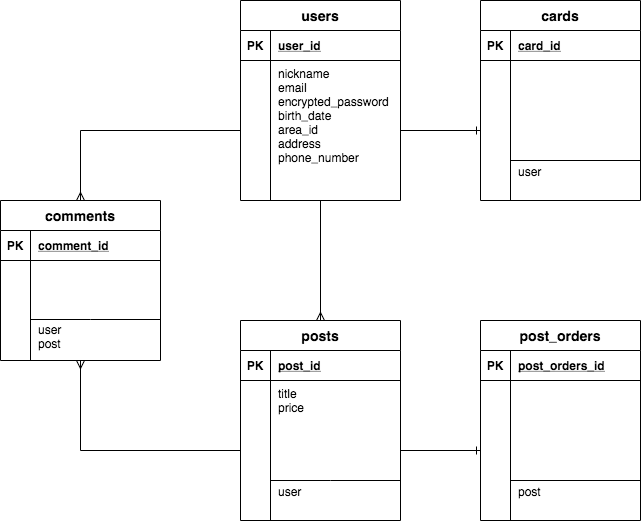
Earlier version of the draw.io export .drawio.png (maxtanabe/suketto). Source tidied: cells renumbered, new cells last; positions are measured from the earlier drawing's top-left corner, leaving out a move shared by most shapes.
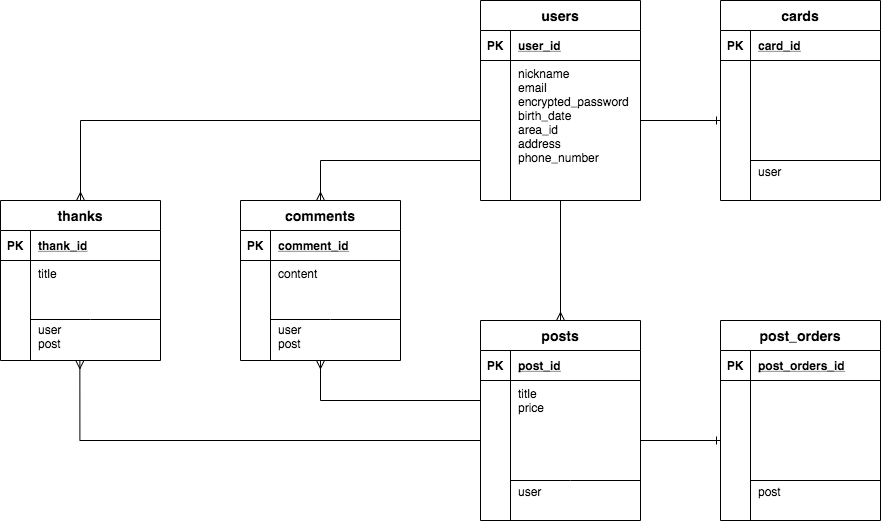
After the commit.

Change to the diagram source:
```diff
@@ -74,7 +74,7 @@
     <mxCell id="23" style="shape=partialRectangle;fillColor=none;top=0;left=0;bottom=0;right=0;overflow=hidden;" parent="22" vertex="1">
       <mxGeometry width="30" height="100" as="geometry" />
     </mxCell>
-    <mxCell id="24" value="&#10;&#10;&#10;&#10;user&#10;post" style="shape=partialRectangle;fillColor=none;top=0;left=0;bottom=0;right=0;align=left;spacingLeft=6;overflow=hidden;horizontal=1;verticalAlign=top;" parent="22" vertex="1">
+    <mxCell id="24" value="content&#10;&#10;&#10;&#10;user&#10;post" style="shape=partialRectangle;fillColor=none;top=0;left=0;bottom=0;right=0;align=left;spacingLeft=6;overflow=hidden;horizontal=1;verticalAlign=top;" parent="22" vertex="1">
       <mxGeometry x="30" width="130" height="100" as="geometry" />
     </mxCell>
     <mxCell id="25" style="endArrow=none;html=1;rounded=0;" parent="1" edge="1">
@@ -87,10 +87,20 @@
       </mxGeometry>
     </mxCell>
     <mxCell id="26" style="edgeStyle=orthogonalEdgeStyle;rounded=0;jettySize=auto;html=1;endArrow=ERmany;endFill=0;entryX=0.5;entryY=0;entryDx=0;entryDy=0;" parent="1" edge="1" source="6" target="18">
-      <mxGeometry relative="1" as="geometry" />
+      <mxGeometry relative="1" as="geometry">
+        <Array as="points">
+          <mxPoint x="80" y="160" />
+        </Array>
+      </mxGeometry>
     </mxCell>
-    <mxCell id="27" style="edgeStyle=orthogonalEdgeStyle;rounded=0;jettySize=auto;html=1;exitX=0;exitY=0.5;exitDx=0;exitDy=0;endArrow=ERmany;endFill=0;" parent="1" edge="1" source="14" target="18">
-      <mxGeometry relative="1" as="geometry" />
+    <mxCell id="27" style="edgeStyle=orthogonalEdgeStyle;rounded=0;jettySize=auto;html=1;endArrow=ERmany;endFill=0;" parent="1" edge="1" target="18">
+      <mxGeometry relative="1" as="geometry">
+        <mxPoint x="240" y="400" as="sourcePoint" />
+        <Array as="points">
+          <mxPoint x="240" y="400" />
+          <mxPoint x="80" y="400" />
+        </Array>
+      </mxGeometry>
     </mxCell>
     <mxCell id="28" value="cards" style="shape=table;startSize=30;rowLines=0;fontStyle=1;align=center;fontSize=14;" parent="1" vertex="1">
       <mxGeometry x="480" width="160" height="200" as="geometry" />
@@ -146,14 +156,65 @@
         <mxPoint x="640" y="480" as="targetPoint" />
       </mxGeometry>
     </mxCell>
-    <mxCell id="44" style="edgeStyle=orthogonalEdgeStyle;rounded=0;jettySize=auto;html=1;endArrow=ERone;endFill=0;entryX=0;entryY=0.5;entryDx=0;entryDy=0;" parent="1" edge="1" source="14" target="39">
-      <mxGeometry relative="1" as="geometry" />
-    </mxCell>
     <mxCell id="45" style="edgeStyle=orthogonalEdgeStyle;rounded=0;orthogonalLoop=1;jettySize=auto;html=1;endArrow=ERone;endFill=0;entryX=0;entryY=0.5;entryDx=0;entryDy=0;" parent="1" edge="1">
       <mxGeometry relative="1" as="geometry">
-        <mxPoint x="400" y="130" as="sourcePoint" />
-        <mxPoint x="480" y="130" as="targetPoint" />
+        <mxPoint x="400" y="120" as="sourcePoint" />
+        <mxPoint x="480" y="120" as="targetPoint" />
       </mxGeometry>
     </mxCell>
+    <mxCell id="46" value="thanks" style="shape=table;startSize=30;rowLines=0;fontStyle=1;align=center;fontSize=14;" parent="1" vertex="1">
+      <mxGeometry x="-240" y="200" width="160" height="160" as="geometry" />
+    </mxCell>
+    <mxCell id="47" style="shape=partialRectangle;fillColor=none;top=0;left=0;bottom=1;right=0;" parent="46" vertex="1">
+      <mxGeometry y="30" width="160" height="30" as="geometry" />
+    </mxCell>
+    <mxCell id="48" value="PK" style="shape=partialRectangle;fillColor=none;top=0;left=0;bottom=0;right=0;fontStyle=1;overflow=hidden;" parent="47" vertex="1">
+      <mxGeometry width="30" height="30" as="geometry" />
+    </mxCell>
+    <mxCell id="49" value="thank_id" style="shape=partialRectangle;fillColor=none;top=0;left=0;bottom=0;right=0;align=left;spacingLeft=6;fontStyle=5;overflow=hidden;" parent="47" vertex="1">
+      <mxGeometry x="30" width="130" height="30" as="geometry" />
+    </mxCell>
+    <mxCell id="50" style="shape=partialRectangle;fillColor=none;top=0;left=0;bottom=0;right=0;points=[[0,0.5],[1,0.5]];portConstraint=eastwest;" parent="46" vertex="1">
+      <mxGeometry y="60" width="160" height="100" as="geometry" />
+    </mxCell>
+    <mxCell id="51" style="shape=partialRectangle;fillColor=none;top=0;left=0;bottom=0;right=0;overflow=hidden;" parent="50" vertex="1">
+      <mxGeometry width="30" height="100" as="geometry" />
+    </mxCell>
+    <mxCell id="52" value="title&#10;&#10;&#10;&#10;user&#10;post" style="shape=partialRectangle;fillColor=none;top=0;left=0;bottom=0;right=0;align=left;spacingLeft=6;overflow=hidden;horizontal=1;verticalAlign=top;" parent="50" vertex="1">
+      <mxGeometry x="30" width="130" height="100" as="geometry" />
+    </mxCell>
+    <mxCell id="53" style="edgeStyle=orthogonalEdgeStyle;rounded=0;jettySize=auto;html=1;entryX=0.5;entryY=0;entryDx=0;entryDy=0;endArrow=ERmany;endFill=0;" parent="1" edge="1" target="46">
+      <mxGeometry relative="1" as="geometry">
+        <mxPoint x="240" y="120" as="sourcePoint" />
+        <Array as="points">
+          <mxPoint x="240" y="120" />
+          <mxPoint x="-160" y="120" />
+        </Array>
+      </mxGeometry>
+    </mxCell>
+    <mxCell id="54" style="edgeStyle=orthogonalEdgeStyle;rounded=0;orthogonalLoop=1;jettySize=auto;html=1;endArrow=ERone;endFill=0;entryX=0;entryY=0.5;entryDx=0;entryDy=0;" parent="1" edge="1">
+      <mxGeometry relative="1" as="geometry">
+        <mxPoint x="400" y="440" as="sourcePoint" />
+        <mxPoint x="480" y="440" as="targetPoint" />
+      </mxGeometry>
+    </mxCell>
+    <mxCell id="55" style="edgeStyle=orthogonalEdgeStyle;rounded=0;jettySize=auto;html=1;entryX=0.496;entryY=1.001;entryDx=0;entryDy=0;entryPerimeter=0;endArrow=ERmany;endFill=0;" parent="1" edge="1" target="50">
+      <mxGeometry relative="1" as="geometry">
+        <mxPoint x="240" y="440" as="sourcePoint" />
+        <Array as="points">
+          <mxPoint x="240" y="440" />
+          <mxPoint x="-161" y="440" />
+        </Array>
+      </mxGeometry>
+    </mxCell>
+    <mxCell id="56" style="endArrow=none;html=1;rounded=0;" parent="1" edge="1">
+      <mxGeometry relative="1" as="geometry">
+        <mxPoint x="-210" y="319" as="sourcePoint" />
+        <mxPoint x="-80" y="319" as="targetPoint" />
+        <Array as="points">
+          <mxPoint x="-150" y="319" />
+        </Array>
+      </mxGeometry>
+    </mxCell>
   </root>
 </mxGraphModel>
```
